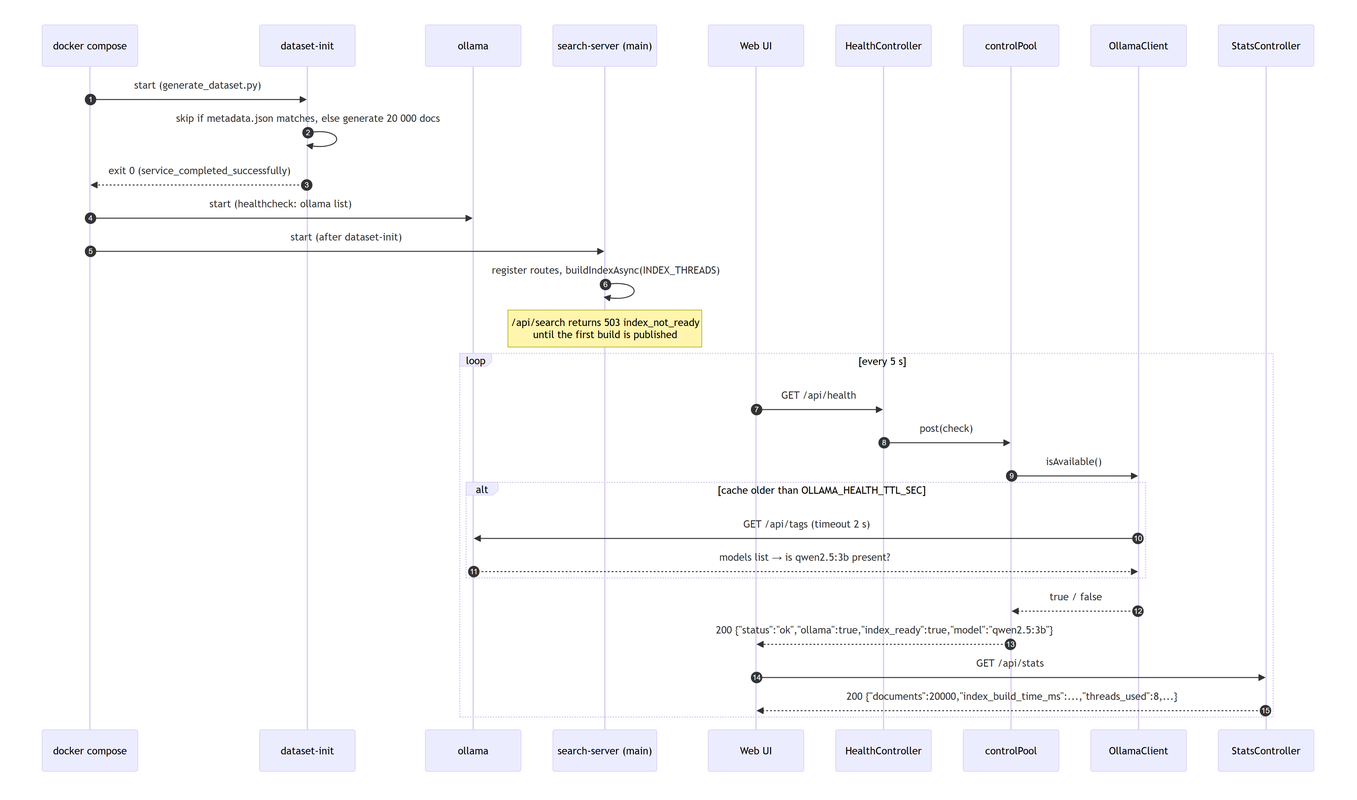
Before: docs/uml/seq_health_stats.png, a diagram exported from Mermaid (riki1337228/course_work_parallel_computing). Its source is kept beside it as docs/uml/seq_health_stats.mmd.
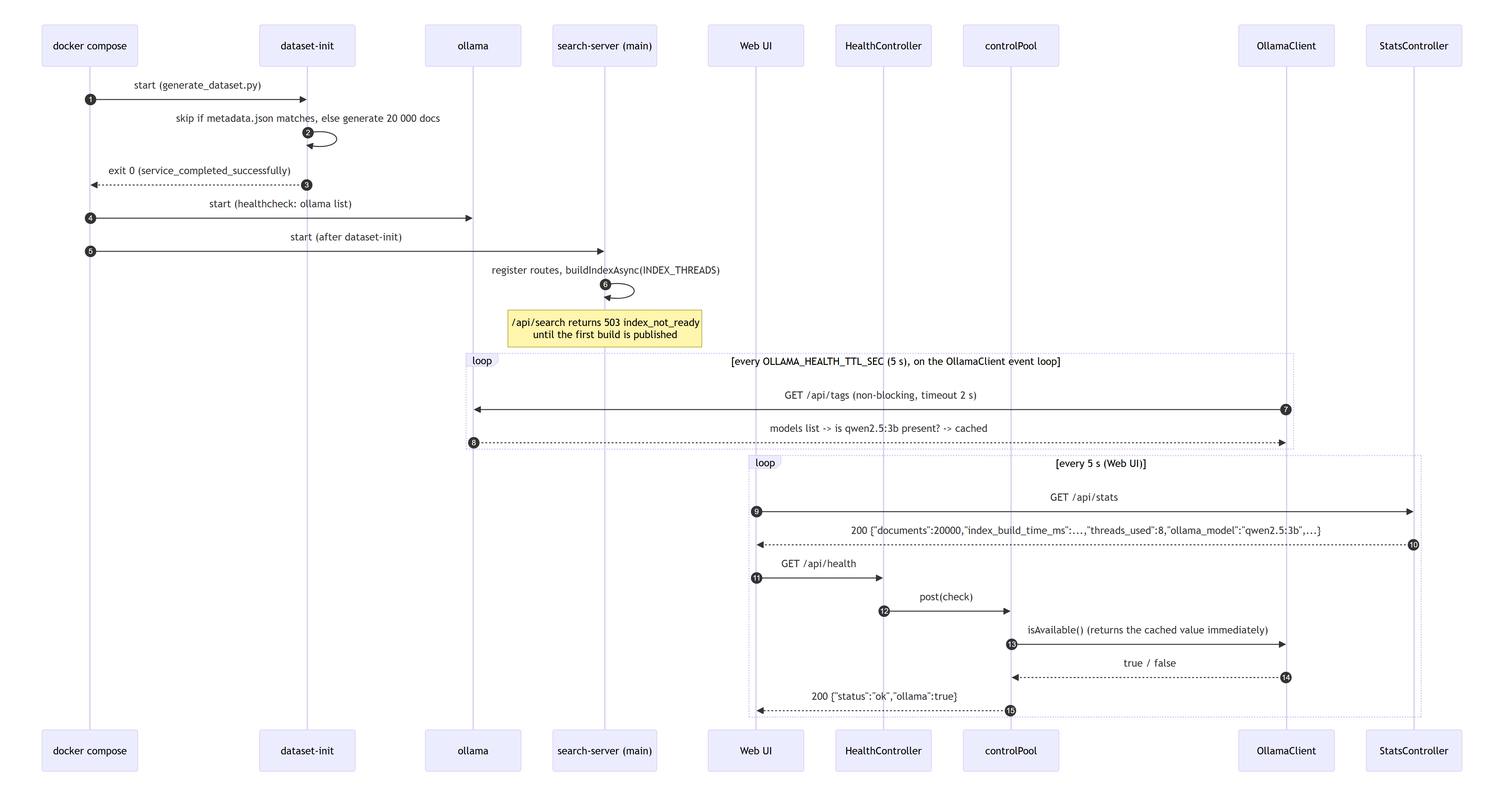
After the change.

Change to the diagram source:
```diff
@@ -18,16 +18,16 @@
     S->>S: register routes, buildIndexAsync(INDEX_THREADS)
     Note over S: /api/search returns 503 index_not_ready<br/>until the first build is published
 
-    loop every 5 s
+    loop every OLLAMA_HEALTH_TTL_SEC (5 s), on the OllamaClient event loop
+        OC->>O: GET /api/tags (non-blocking, timeout 2 s)
+        O-->>OC: models list -> is qwen2.5:3b present? -> cached
+    end
+    loop every 5 s (Web UI)
+        UI->>ST: GET /api/stats
+        ST-->>UI: 200 {"documents":20000,"index_build_time_ms":...,"threads_used":8,"ollama_model":"qwen2.5:3b",...}
         UI->>HC: GET /api/health
         HC->>CP: post(check)
-        CP->>OC: isAvailable()
-        alt cache older than OLLAMA_HEALTH_TTL_SEC
-            OC->>O: GET /api/tags (timeout 2 s)
-            O-->>OC: models list → is qwen2.5:3b present?
-        end
+        CP->>OC: isAvailable() (returns the cached value immediately)
         OC-->>CP: true / false
-        CP-->>UI: 200 {"status":"ok","ollama":true,"index_ready":true,"model":"qwen2.5:3b"}
-        UI->>ST: GET /api/stats
-        ST-->>UI: 200 {"documents":20000,"index_build_time_ms":...,"threads_used":8,...}
+        CP-->>UI: 200 {"status":"ok","ollama":true}
     end
```
